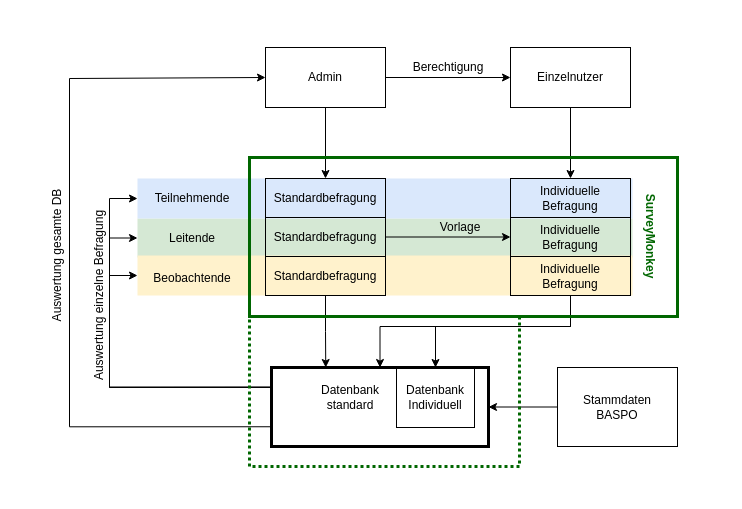
GordonWiegand/zeitwerte keeps this draw.io diagram as Untitled Diagram.drawio. Above is the earlier version. Source tidied: cells renumbered, new cells numbered last; positions are measured from the earlier drawing's top-left corner, leaving out a move shared by most shapes. Both pictures are drawn from the tidied source at 100%, with x=0, y=0 at pixel (-11, 17).
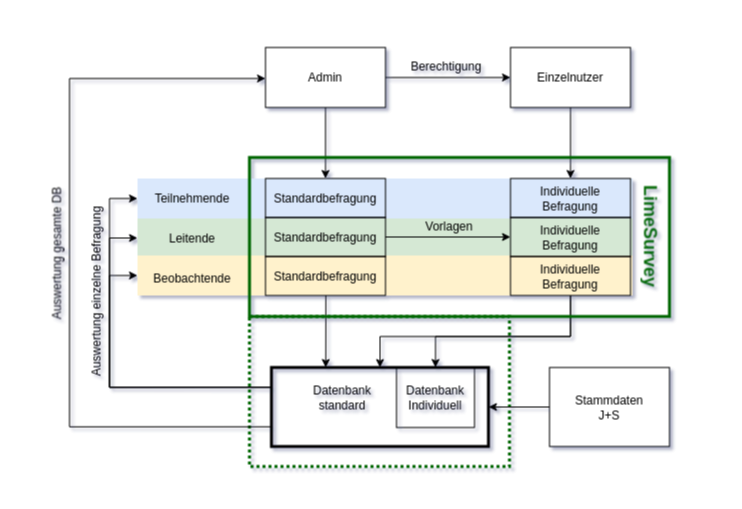
Above is the later version.

The change refers to these unchanged cells:
```xml
<mxCell id="5" value="Admin" style="rounded=0;whiteSpace=wrap;html=1;" parent="1" vertex="1">
  <mxGeometry x="276" y="30" width="120" height="60" as="geometry" />
</mxCell>
<mxCell id="20" value="Standardbefragung" style="rounded=0;whiteSpace=wrap;html=1;fillColor=none;" parent="1" vertex="1">
  <mxGeometry x="276" y="239" width="120" height="39" as="geometry" />
</mxCell>
<mxCell id="23" value="Individuelle Befragung&lt;br&gt;" style="rounded=0;whiteSpace=wrap;html=1;fillColor=none;" parent="1" vertex="1">
  <mxGeometry x="521" y="239" width="120" height="39" as="geometry" />
</mxCell>
<mxCell id="30" value="&lt;div&gt;&lt;/div&gt;" style="rounded=0;whiteSpace=wrap;html=1;fillColor=none;strokeWidth=3;" parent="1" vertex="1">
  <mxGeometry x="282" y="350" width="217" height="79" as="geometry" />
</mxCell>
<mxCell id="31" value="&lt;div&gt;Datenbank&lt;/div&gt;&lt;div&gt;Individuell&lt;/div&gt;" style="rounded=0;whiteSpace=wrap;html=1;fillColor=none;" parent="1" vertex="1">
  <mxGeometry x="407" y="350" width="78" height="60" as="geometry" />
</mxCell>
```

Change to the diagram source:
```diff
@@
-<mxGraphModel>
+<mxGraphModel shadow="1">
@@
+    <mxCell id="39" style="rounded=0;whiteSpace=wrap;html=1;strokeColor=#006600;strokeWidth=3;fillColor=none;fontColor=#000000;dashed=1;dashPattern=1 1;" parent="1" vertex="1">
+      <mxGeometry x="260" y="299" width="260" height="150" as="geometry" />
+    </mxCell>
@@
     <mxCell id="19" style="edgeStyle=orthogonalEdgeStyle;rounded=0;jettySize=auto;html=1;entryX=0.25;entryY=0;entryDx=0;entryDy=0;" parent="1" edge="1" source="20" target="30">
-      <mxGeometry relative="1" as="geometry" />
+      <mxGeometry relative="1" as="geometry">
+        <Array as="points">
+          <mxPoint x="336" y="314" />
+        </Array>
+      </mxGeometry>
     </mxCell>
@@
     <mxCell id="21" style="edgeStyle=orthogonalEdgeStyle;rounded=0;jettySize=auto;html=1;entryX=0.5;entryY=0;entryDx=0;entryDy=0;exitX=0.5;exitY=1;exitDx=0;exitDy=0;" parent="1" edge="1" source="23" target="30">
       <mxGeometry relative="1" as="geometry">
         <Array as="points">
-          <mxPoint x="581" y="309" />
-          <mxPoint x="390" y="309" />
+          <mxPoint x="581" y="319" />
+          <mxPoint x="391" y="319" />
         </Array>
       </mxGeometry>
     </mxCell>
     <mxCell id="22" style="edgeStyle=orthogonalEdgeStyle;rounded=0;jettySize=auto;html=1;entryX=0.5;entryY=0;entryDx=0;entryDy=0;fontColor=#000000;exitX=0.5;exitY=1;exitDx=0;exitDy=0;" parent="1" edge="1" source="23" target="31">
       <mxGeometry relative="1" as="geometry">
         <Array as="points">
-          <mxPoint x="581" y="309" />
-          <mxPoint x="446" y="309" />
+          <mxPoint x="581" y="319" />
+          <mxPoint x="446" y="319" />
         </Array>
       </mxGeometry>
     </mxCell>
@@
     <mxCell id="24" value="Berechtigung&lt;br&gt;" style="text;html=1;strokeColor=none;fillColor=none;align=center;verticalAlign=middle;whiteSpace=wrap;rounded=0;" parent="1" vertex="1">
-      <mxGeometry x="419" y="40" width="80" height="20" as="geometry" />
+      <mxGeometry x="417" y="39" width="80" height="20" as="geometry" />
     </mxCell>
-    <mxCell id="25" value="Vorlage&lt;br&gt;" style="text;html=1;strokeColor=none;fillColor=none;align=center;verticalAlign=middle;whiteSpace=wrap;rounded=0;" parent="1" vertex="1">
-      <mxGeometry x="431" y="199.5" width="80" height="20" as="geometry" />
+    <mxCell id="25" value="Vorlagen" style="text;html=1;strokeColor=none;fillColor=none;align=center;verticalAlign=middle;whiteSpace=wrap;rounded=0;" parent="1" vertex="1">
+      <mxGeometry x="420" y="199" width="80" height="20" as="geometry" />
     </mxCell>
@@
-    <mxCell id="29" style="edgeStyle=orthogonalEdgeStyle;rounded=0;jettySize=auto;html=1;entryX=0;entryY=0.5;entryDx=0;entryDy=0;fontColor=#000000;exitX=0;exitY=0.75;exitDx=0;exitDy=0;" parent="1" edge="1" source="30" target="5">
+    <mxCell id="29" style="edgeStyle=orthogonalEdgeStyle;rounded=0;jettySize=auto;html=1;fontColor=#000000;exitX=0;exitY=0.75;exitDx=0;exitDy=0;" parent="1" edge="1" source="30">
       <mxGeometry relative="1" as="geometry">
+        <mxPoint x="276" y="61" as="targetPoint" />
         <Array as="points">
           <mxPoint x="80" y="409" />
           <mxPoint x="80" y="61" />
+          <mxPoint x="276" y="61" />
         </Array>
       </mxGeometry>
     </mxCell>
@@
     <mxCell id="32" value="Auswertung gesamte DB&lt;br&gt;" style="text;html=1;strokeColor=none;fillColor=none;align=center;verticalAlign=middle;whiteSpace=wrap;rounded=0;rotation=-90;" parent="1" vertex="1">
-      <mxGeometry y="228" width="136" height="20" as="geometry" />
+      <mxGeometry x="-2" y="226" width="140" height="20" as="geometry" />
     </mxCell>
     <mxCell id="33" value="Auswertung einzelne Befragung&lt;br&gt;" style="text;html=1;strokeColor=none;fillColor=none;align=center;verticalAlign=middle;whiteSpace=wrap;rounded=0;rotation=-90;" parent="1" vertex="1">
-      <mxGeometry x="17" y="268" width="186" height="20" as="geometry" />
+      <mxGeometry x="14" y="264" width="186" height="20" as="geometry" />
     </mxCell>
     <mxCell id="34" value="Datenbank standard&lt;br&gt;" style="text;html=1;strokeColor=none;fillColor=none;align=center;verticalAlign=middle;whiteSpace=wrap;rounded=0;fontColor=#000000;" parent="1" vertex="1">
-      <mxGeometry x="341" y="370" width="40" height="20" as="geometry" />
+      <mxGeometry x="333" y="370" width="40" height="20" as="geometry" />
     </mxCell>
-    <mxCell id="35" value="SurveyMonkey&lt;br&gt;" style="text;html=1;strokeColor=none;fillColor=none;align=center;verticalAlign=middle;whiteSpace=wrap;rounded=0;rotation=90;fontColor=#006600;fontStyle=1;" parent="1" vertex="1">
+    <mxCell id="35" value="LimeSurvey" style="text;html=1;strokeColor=none;fillColor=none;align=center;verticalAlign=middle;whiteSpace=wrap;rounded=0;rotation=90;fontColor=#006600;fontStyle=1;fontSize=18;" parent="1" vertex="1">
       <mxGeometry x="601" y="209" width="120" height="20" as="geometry" />
     </mxCell>
@@
-    <mxCell id="37" value="&lt;div&gt;Stammdaten &lt;/div&gt;&lt;div&gt;BASPO&lt;/div&gt;" style="rounded=0;whiteSpace=wrap;html=1;" parent="1" vertex="1">
-      <mxGeometry x="568" y="350" width="120" height="79" as="geometry" />
+    <mxCell id="37" value="&lt;div&gt;Stammdaten &lt;/div&gt;&lt;div&gt;J+S&lt;br&gt;&lt;/div&gt;" style="rounded=0;whiteSpace=wrap;html=1;" parent="1" vertex="1">
+      <mxGeometry x="560" y="350" width="120" height="79" as="geometry" />
     </mxCell>
     <mxCell id="38" style="rounded=0;whiteSpace=wrap;html=1;fillColor=none;strokeColor=#006600;strokeWidth=3;" parent="1" vertex="1">
-      <mxGeometry x="260" y="140" width="428" height="159" as="geometry" />
+      <mxGeometry x="260" y="140" width="420" height="159" as="geometry" />
     </mxCell>
-    <mxCell id="39" style="rounded=0;whiteSpace=wrap;html=1;strokeColor=#006600;strokeWidth=3;fillColor=none;fontColor=#000000;dashed=1;dashPattern=1 1;" parent="1" vertex="1">
-      <mxGeometry x="260" y="299" width="270" height="150" as="geometry" />
-    </mxCell>
```
